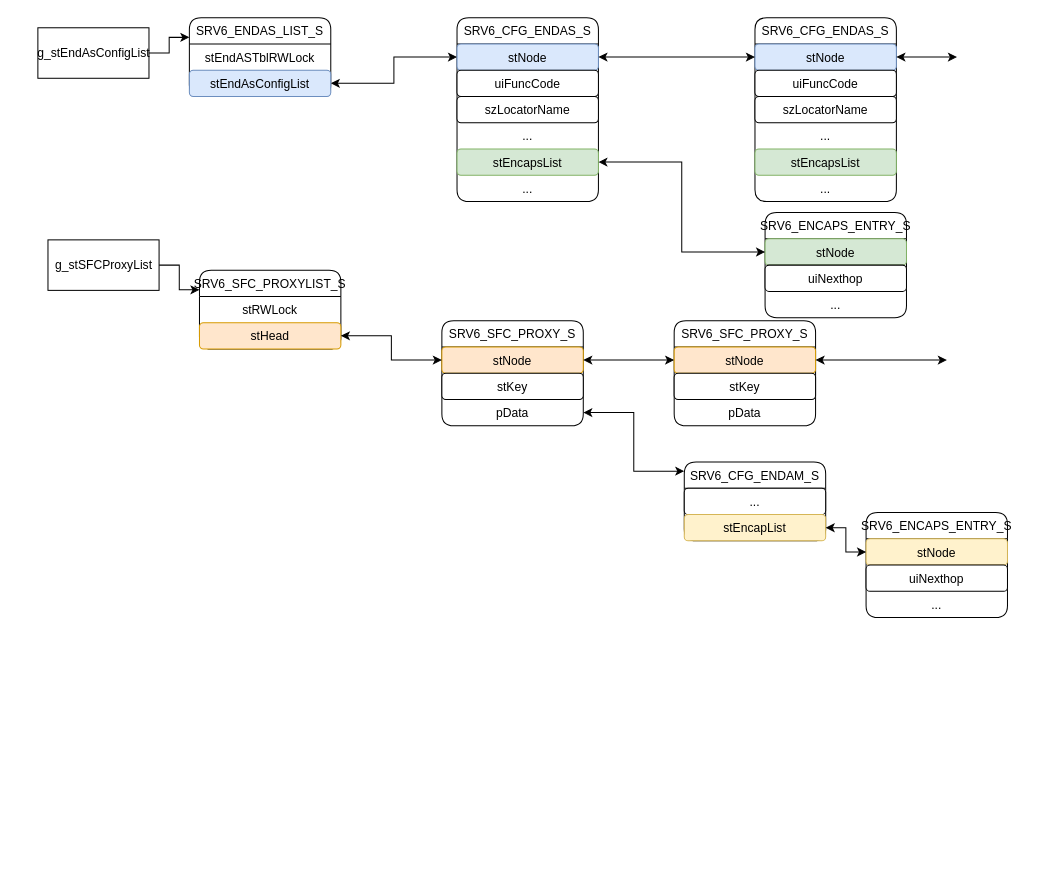
Above: page "SRMS" (4 of 4) of base.drawio in adinxu/draw.io (draw.io), before the change. Source tidied: cells renumbered, new cells numbered last; positions are measured from the earlier drawing's top-left corner, leaving out a move shared by most shapes. Both pictures are drawn from the tidied source at 101%, with x=0, y=0 at pixel (37, 17).
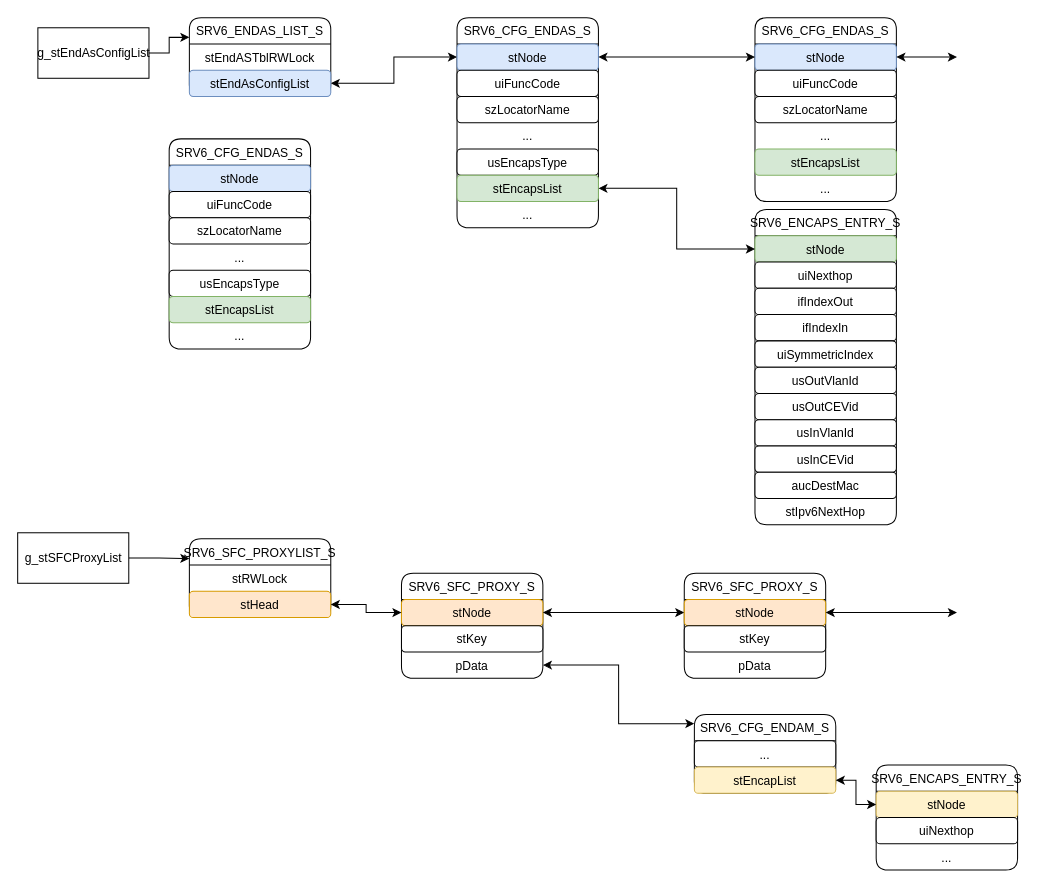
The same page after the edit.

Unchanged cells that the change refers to:
```xml
<mxCell id="37" value="stNode" style="text;strokeColor=#d79b00;fillColor=#ffe6cc;align=center;verticalAlign=top;spacingLeft=4;spacingRight=4;overflow=hidden;points=[[0,0.5],[1,0.5]];portConstraint=eastwest;rounded=1;shadow=0;glass=0;labelBackgroundColor=none;sketch=0;fontFamily=Helvetica;fontSize=12;" parent="36" vertex="1">
  <mxGeometry y="26" width="140" height="26" as="geometry" />
</mxCell>
```

What changed in the source:
```diff
@@
     <mxCell id="6" value="SRV6_CFG_ENDAS_S" style="swimlane;fontStyle=0;horizontal=1;startSize=26;fillColor=none;rounded=1;shadow=0;glass=0;labelBackgroundColor=none;sketch=0;fontFamily=Helvetica;fontSize=12;fontColor=default;strokeColor=default;" parent="1" vertex="1">
-      <mxGeometry x="415" width="140" height="182" as="geometry" />
+      <mxGeometry x="415" width="140" height="208" as="geometry" />
     </mxCell>
@@
-    <mxCell id="10" value="..." style="text;strokeColor=none;fillColor=none;align=center;verticalAlign=top;spacingLeft=4;spacingRight=4;overflow=hidden;rounded=1;shadow=0;glass=0;labelBackgroundColor=none;sketch=0;fontFamily=Helvetica;fontSize=12;fontColor=default;" parent="6" vertex="1">
+    <mxCell id="10" value="..." style="text;align=center;verticalAlign=top;spacingLeft=4;spacingRight=4;overflow=hidden;rounded=1;shadow=0;glass=0;labelBackgroundColor=none;sketch=0;fontFamily=Helvetica;fontSize=12;" parent="6" vertex="1">
       <mxGeometry y="104" width="140" height="26" as="geometry" />
     </mxCell>
+    <mxCell id="55" value="usEncapsType" style="text;strokeColor=default;fillColor=default;align=center;verticalAlign=top;spacingLeft=4;spacingRight=4;overflow=hidden;rounded=1;shadow=0;glass=0;labelBackgroundColor=none;sketch=0;fontFamily=Helvetica;fontSize=12;fontColor=default;" parent="6" vertex="1">
+      <mxGeometry y="130" width="140" height="26" as="geometry" />
+    </mxCell>
     <mxCell id="11" value="stEncapsList" style="text;strokeColor=#82b366;fillColor=#d5e8d4;align=center;verticalAlign=top;spacingLeft=4;spacingRight=4;overflow=hidden;points=[[0,0.5],[1,0.5]];portConstraint=eastwest;rounded=1;shadow=0;glass=0;labelBackgroundColor=none;sketch=0;fontFamily=Helvetica;fontSize=12;" parent="6" vertex="1">
-      <mxGeometry y="130" width="140" height="26" as="geometry" />
+      <mxGeometry y="156" width="140" height="26" as="geometry" />
     </mxCell>
     <mxCell id="12" value="..." style="text;strokeColor=none;fillColor=none;align=center;verticalAlign=top;spacingLeft=4;spacingRight=4;overflow=hidden;rounded=1;shadow=0;glass=0;labelBackgroundColor=none;sketch=0;fontFamily=Helvetica;fontSize=12;fontColor=default;" parent="6" vertex="1">
-      <mxGeometry y="156" width="140" height="26" as="geometry" />
+      <mxGeometry y="182" width="140" height="26" as="geometry" />
     </mxCell>
@@
     <mxCell id="14" value="SRV6_ENCAPS_ENTRY_S" style="swimlane;fontStyle=0;horizontal=1;startSize=26;fillColor=none;rounded=1;shadow=0;glass=0;labelBackgroundColor=none;sketch=0;fontFamily=Helvetica;fontSize=12;fontColor=default;strokeColor=default;" parent="1" vertex="1">
-      <mxGeometry x="720" y="193" width="140" height="104" as="geometry" />
+      <mxGeometry x="710" y="190" width="140" height="312" as="geometry" />
     </mxCell>
@@
+    <mxCell id="56" value="ifIndexOut" style="text;strokeColor=default;fillColor=default;align=center;verticalAlign=top;spacingLeft=4;spacingRight=4;overflow=hidden;rounded=1;shadow=0;glass=0;labelBackgroundColor=none;sketch=0;fontFamily=Helvetica;fontSize=12;fontColor=default;" parent="14" vertex="1">
+      <mxGeometry y="78" width="140" height="26" as="geometry" />
+    </mxCell>
+    <mxCell id="57" value="ifIndexIn" style="text;strokeColor=default;fillColor=default;align=center;verticalAlign=top;spacingLeft=4;spacingRight=4;overflow=hidden;rounded=1;shadow=0;glass=0;labelBackgroundColor=none;sketch=0;fontFamily=Helvetica;fontSize=12;fontColor=default;" parent="14" vertex="1">
+      <mxGeometry y="104" width="140" height="26" as="geometry" />
+    </mxCell>
+    <mxCell id="58" value="uiSymmetricIndex" style="text;strokeColor=default;fillColor=default;align=center;verticalAlign=top;spacingLeft=4;spacingRight=4;overflow=hidden;rounded=1;shadow=0;glass=0;labelBackgroundColor=none;sketch=0;fontFamily=Helvetica;fontSize=12;fontColor=default;" parent="14" vertex="1">
+      <mxGeometry y="130" width="140" height="26" as="geometry" />
+    </mxCell>
+    <mxCell id="59" value="usOutVlanId" style="text;strokeColor=default;fillColor=default;align=center;verticalAlign=top;spacingLeft=4;spacingRight=4;overflow=hidden;rounded=1;shadow=0;glass=0;labelBackgroundColor=none;sketch=0;fontFamily=Helvetica;fontSize=12;fontColor=default;" parent="14" vertex="1">
+      <mxGeometry y="156" width="140" height="26" as="geometry" />
+    </mxCell>
+    <mxCell id="60" value="usOutCEVid" style="text;strokeColor=default;fillColor=default;align=center;verticalAlign=top;spacingLeft=4;spacingRight=4;overflow=hidden;rounded=1;shadow=0;glass=0;labelBackgroundColor=none;sketch=0;fontFamily=Helvetica;fontSize=12;fontColor=default;" parent="14" vertex="1">
+      <mxGeometry y="182" width="140" height="26" as="geometry" />
+    </mxCell>
+    <mxCell id="61" value="usInVlanId" style="text;strokeColor=default;fillColor=default;align=center;verticalAlign=top;spacingLeft=4;spacingRight=4;overflow=hidden;rounded=1;shadow=0;glass=0;labelBackgroundColor=none;sketch=0;fontFamily=Helvetica;fontSize=12;fontColor=default;" parent="14" vertex="1">
+      <mxGeometry y="208" width="140" height="26" as="geometry" />
+    </mxCell>
+    <mxCell id="62" value="usInCEVid" style="text;strokeColor=default;fillColor=default;align=center;verticalAlign=top;spacingLeft=4;spacingRight=4;overflow=hidden;rounded=1;shadow=0;glass=0;labelBackgroundColor=none;sketch=0;fontFamily=Helvetica;fontSize=12;fontColor=default;" parent="14" vertex="1">
+      <mxGeometry y="234" width="140" height="26" as="geometry" />
+    </mxCell>
+    <mxCell id="63" value="aucDestMac" style="text;strokeColor=default;fillColor=default;align=center;verticalAlign=top;spacingLeft=4;spacingRight=4;overflow=hidden;rounded=1;shadow=0;glass=0;labelBackgroundColor=none;sketch=0;fontFamily=Helvetica;fontSize=12;fontColor=default;" parent="14" vertex="1">
+      <mxGeometry y="260" width="140" height="26" as="geometry" />
+    </mxCell>
-    <mxCell id="17" value="..." style="text;strokeColor=none;fillColor=none;align=center;verticalAlign=top;spacingLeft=4;spacingRight=4;overflow=hidden;rounded=1;shadow=0;glass=0;labelBackgroundColor=none;sketch=0;fontFamily=Helvetica;fontSize=12;fontColor=default;" parent="14" vertex="1">
-      <mxGeometry y="78" width="140" height="26" as="geometry" />
+    <mxCell id="17" value="stIpv6NextHop" style="text;strokeColor=none;fillColor=none;align=center;verticalAlign=top;spacingLeft=4;spacingRight=4;overflow=hidden;rounded=1;shadow=0;glass=0;labelBackgroundColor=none;sketch=0;fontFamily=Helvetica;fontSize=12;fontColor=default;" parent="14" vertex="1">
+      <mxGeometry y="286" width="140" height="26" as="geometry" />
     </mxCell>
@@
     <mxCell id="22" value="g_stSFCProxyList" style="html=1;" parent="1" vertex="1">
-      <mxGeometry x="10" y="220" width="110" height="50" as="geometry" />
+      <mxGeometry x="-20" y="510" width="110" height="50" as="geometry" />
     </mxCell>
     <mxCell id="23" value="SRV6_SFC_PROXYLIST_S" style="swimlane;fontStyle=0;horizontal=1;startSize=26;fillColor=none;rounded=1;shadow=0;glass=0;labelBackgroundColor=none;sketch=0;fontFamily=Helvetica;fontSize=12;fontColor=default;strokeColor=default;" parent="1" vertex="1">
-      <mxGeometry x="160" y="250" width="140" height="78" as="geometry" />
+      <mxGeometry x="150" y="516" width="140" height="78" as="geometry" />
     </mxCell>
@@
     <mxCell id="26" value="SRV6_SFC_PROXY_S" style="swimlane;fontStyle=0;horizontal=1;startSize=26;fillColor=none;rounded=1;shadow=0;glass=0;labelBackgroundColor=none;sketch=0;fontFamily=Helvetica;fontSize=12;fontColor=default;strokeColor=default;" parent="1" vertex="1">
-      <mxGeometry x="400" y="300" width="140" height="104" as="geometry" />
+      <mxGeometry x="360" y="550" width="140" height="104" as="geometry" />
     </mxCell>
@@
     <mxCell id="31" value="SRV6_CFG_ENDAM_S" style="swimlane;fontStyle=0;horizontal=1;startSize=26;fillColor=none;rounded=1;shadow=0;glass=0;labelBackgroundColor=none;sketch=0;fontFamily=Helvetica;fontSize=12;fontColor=default;strokeColor=default;" parent="1" vertex="1">
-      <mxGeometry x="640" y="440" width="140" height="78" as="geometry" />
+      <mxGeometry x="650" y="690" width="140" height="78" as="geometry" />
     </mxCell>
@@
     <mxCell id="36" value="SRV6_SFC_PROXY_S" style="swimlane;fontStyle=0;horizontal=1;startSize=26;fillColor=none;rounded=1;shadow=0;glass=0;labelBackgroundColor=none;sketch=0;fontFamily=Helvetica;fontSize=12;fontColor=default;strokeColor=default;" parent="1" vertex="1">
-      <mxGeometry x="630" y="300" width="140" height="104" as="geometry" />
+      <mxGeometry x="640" y="550" width="140" height="104" as="geometry" />
     </mxCell>
@@
     <mxCell id="40" style="edgeStyle=orthogonalEdgeStyle;rounded=0;jettySize=auto;html=1;exitX=1;exitY=0.5;exitDx=0;exitDy=0;startArrow=classic;startFill=1;" parent="1" edge="1" source="37">
       <mxGeometry relative="1" as="geometry">
-        <mxPoint x="900" y="339" as="targetPoint" />
+        <mxPoint x="910" y="589" as="targetPoint" />
       </mxGeometry>
     </mxCell>
@@
     <mxCell id="50" value="SRV6_ENCAPS_ENTRY_S" style="swimlane;fontStyle=0;horizontal=1;startSize=26;fillColor=none;rounded=1;shadow=0;glass=0;labelBackgroundColor=none;sketch=0;fontFamily=Helvetica;fontSize=12;fontColor=default;strokeColor=default;" parent="1" vertex="1">
-      <mxGeometry x="820" y="490" width="140" height="104" as="geometry" />
+      <mxGeometry x="830" y="740" width="140" height="104" as="geometry" />
     </mxCell>
@@
+    <mxCell id="64" value="SRV6_CFG_ENDAS_S" style="swimlane;fontStyle=0;horizontal=1;startSize=26;fillColor=none;rounded=1;shadow=0;glass=0;labelBackgroundColor=none;sketch=0;fontFamily=Helvetica;fontSize=12;fontColor=default;strokeColor=default;" parent="1" vertex="1">
+      <mxGeometry x="130" y="120" width="140" height="208" as="geometry" />
+    </mxCell>
+    <mxCell id="65" value="stNode" style="text;strokeColor=#6c8ebf;fillColor=#dae8fc;align=center;verticalAlign=top;spacingLeft=4;spacingRight=4;overflow=hidden;rounded=1;shadow=0;glass=0;labelBackgroundColor=none;sketch=0;fontFamily=Helvetica;fontSize=12;" parent="64" vertex="1">
+      <mxGeometry y="26" width="140" height="26" as="geometry" />
+    </mxCell>
+    <mxCell id="66" value="uiFuncCode" style="text;strokeColor=default;fillColor=default;align=center;verticalAlign=top;spacingLeft=4;spacingRight=4;overflow=hidden;rounded=1;shadow=0;glass=0;labelBackgroundColor=none;sketch=0;fontFamily=Helvetica;fontSize=12;fontColor=default;" parent="64" vertex="1">
+      <mxGeometry y="52" width="140" height="26" as="geometry" />
+    </mxCell>
+    <mxCell id="67" value="szLocatorName" style="text;strokeColor=default;fillColor=default;align=center;verticalAlign=top;spacingLeft=4;spacingRight=4;overflow=hidden;rounded=1;shadow=0;glass=0;labelBackgroundColor=none;sketch=0;fontFamily=Helvetica;fontSize=12;fontColor=default;" parent="64" vertex="1">
+      <mxGeometry y="78" width="140" height="26" as="geometry" />
+    </mxCell>
+    <mxCell id="68" value="..." style="text;align=center;verticalAlign=top;spacingLeft=4;spacingRight=4;overflow=hidden;rounded=1;shadow=0;glass=0;labelBackgroundColor=none;sketch=0;fontFamily=Helvetica;fontSize=12;" parent="64" vertex="1">
+      <mxGeometry y="104" width="140" height="26" as="geometry" />
+    </mxCell>
+    <mxCell id="69" value="usEncapsType" style="text;strokeColor=default;fillColor=default;align=center;verticalAlign=top;spacingLeft=4;spacingRight=4;overflow=hidden;rounded=1;shadow=0;glass=0;labelBackgroundColor=none;sketch=0;fontFamily=Helvetica;fontSize=12;fontColor=default;" parent="64" vertex="1">
+      <mxGeometry y="130" width="140" height="26" as="geometry" />
+    </mxCell>
+    <mxCell id="70" value="stEncapsList" style="text;strokeColor=#82b366;fillColor=#d5e8d4;align=center;verticalAlign=top;spacingLeft=4;spacingRight=4;overflow=hidden;rounded=1;shadow=0;glass=0;labelBackgroundColor=none;sketch=0;fontFamily=Helvetica;fontSize=12;" parent="64" vertex="1">
+      <mxGeometry y="156" width="140" height="26" as="geometry" />
+    </mxCell>
+    <mxCell id="71" value="..." style="text;strokeColor=none;fillColor=none;align=center;verticalAlign=top;spacingLeft=4;spacingRight=4;overflow=hidden;rounded=1;shadow=0;glass=0;labelBackgroundColor=none;sketch=0;fontFamily=Helvetica;fontSize=12;fontColor=default;" parent="64" vertex="1">
+      <mxGeometry y="182" width="140" height="26" as="geometry" />
+    </mxCell>
```
